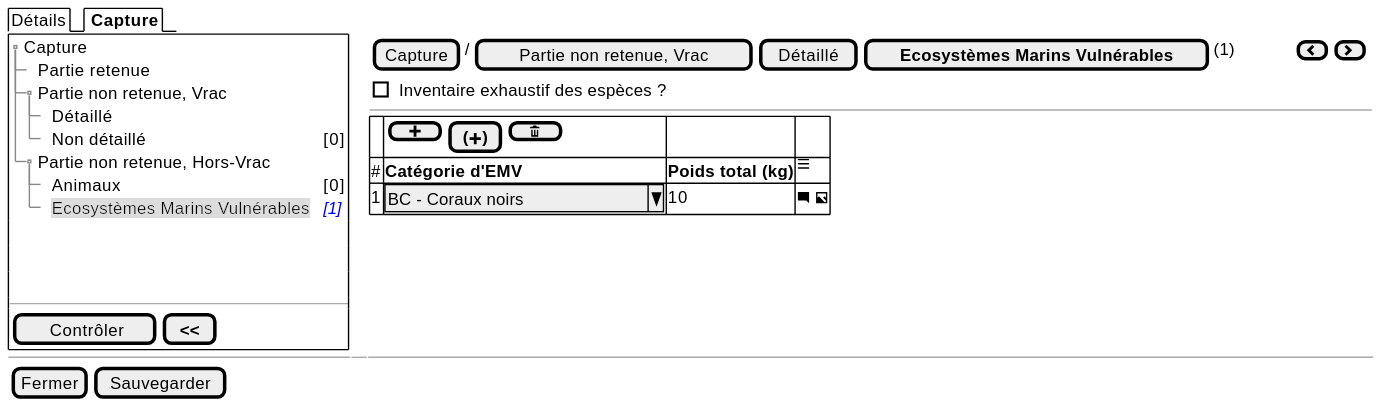
The PlantUML diagram projects/obsmer/spe/images/batch/batch-tree-PNR-HVRAC-EMV.svg in sumaris-net/sumaris-doc, before a commit. Its source is kept beside it as projects/obsmer/spe/images/batch/batch-tree-PNR-HVRAC-EMV.puml. The source it was exported from:
```plantuml
@startsalt
{
  {/ Détails | <b> Capture }
  {+
   {T
       + Capture
       ++ Partie retenue
       ++ Partie non retenue, Vrac
       +++ Détaillé
       +++ Non détaillé | <color:black>[0]
       ++ Partie non retenue, Hors-Vrac
       +++ Animaux | <color:black>[0]
       +++ <back:#DDD>Ecosystèmes Marins Vulnérables | <i><color:blue>[1]
   }
    .
    .
    .
   --
   {
      [<&checkmark> Contrôler] | [ <b><< ]
   }
  } | . | {
    { [Capture] | / | [Partie non retenue, Vrac] | [Détaillé] | [<b>Ecosystèmes Marins Vulnérables] | (1) | . | . | . | . | . | . | . | . | { [<&chevron-left>] | [<&chevron-right>] } }
    { [ ] Inventaire exhaustif des espèces ? }
    ---
    {#
          . | {[ <&plus> ] | [<b>(<&plus><b>)] | [ <&trash> ] }  | . | .
          # | <b>Catégorie d'EMV  | <b>Poids total (kg)     |   <&menu>
          1 | ^BC - Coraux noirs      ^ |  10    | <&comment-square> <&image>
        }
  }

  -- | -- | --
  { [Fermer] | [Sauvegarder] }
}
@endsalt
```
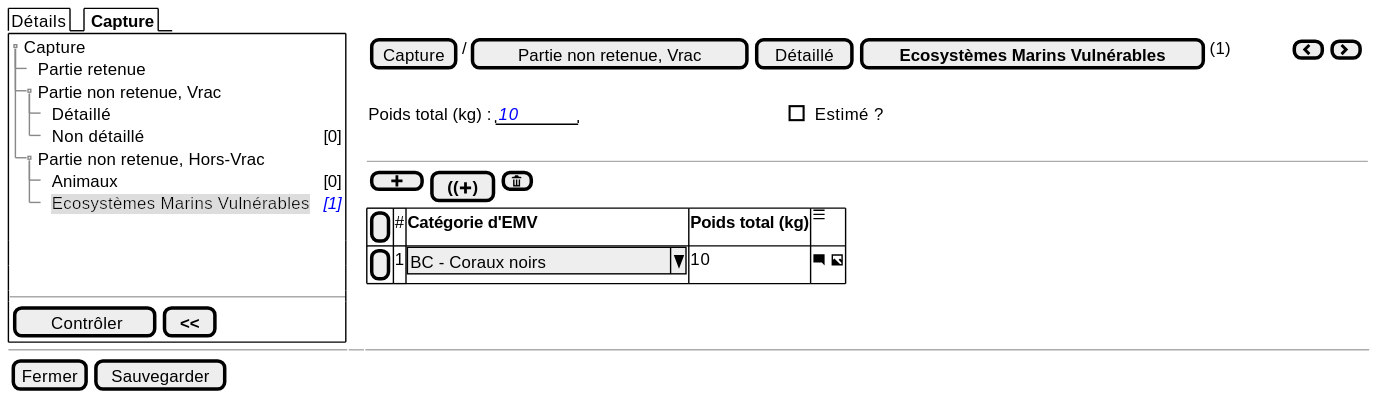
Later version of the same file.

Diff of the diagram source:
```diff
@@ -21,12 +21,14 @@
    }
   } | . | {
     { [Capture] | / | [Partie non retenue, Vrac] | [Détaillé] | [<b>Ecosystèmes Marins Vulnérables] | (1) | . | . | . | . | . | . | . | . | { [<&chevron-left>] | [<&chevron-right>] } }
-    { [ ] Inventaire exhaustif des espèces ? }
+    .
+    {Poids total (kg) : | "  <i><color:blue>10   " | . | . | . | . | . | . | . | . | . | . | . | . | . | . | . | . | . | . | . | . | . | . | . | . | . | . | . | . | . | [ ] Estimé ? }
+    .
     ---
+    { [ <&plus> ] | [<b>((<&plus><b>)] | [<&trash>] }
     {#
-          . | {[ <&plus> ] | [<b>(<&plus><b>)] | [ <&trash> ] }  | . | .
-          # | <b>Catégorie d'EMV  | <b>Poids total (kg)     |   <&menu>
-          1 | ^BC - Coraux noirs      ^ |  10    | <&comment-square> <&image>
+          [ ] | # | <b>Catégorie d'EMV  | <b>Poids total (kg)     |   <&menu>
+          [ ] | 1 | ^BC - Coraux noirs      ^ |  10    | <&comment-square> <&image>
         }
   }
 
```
